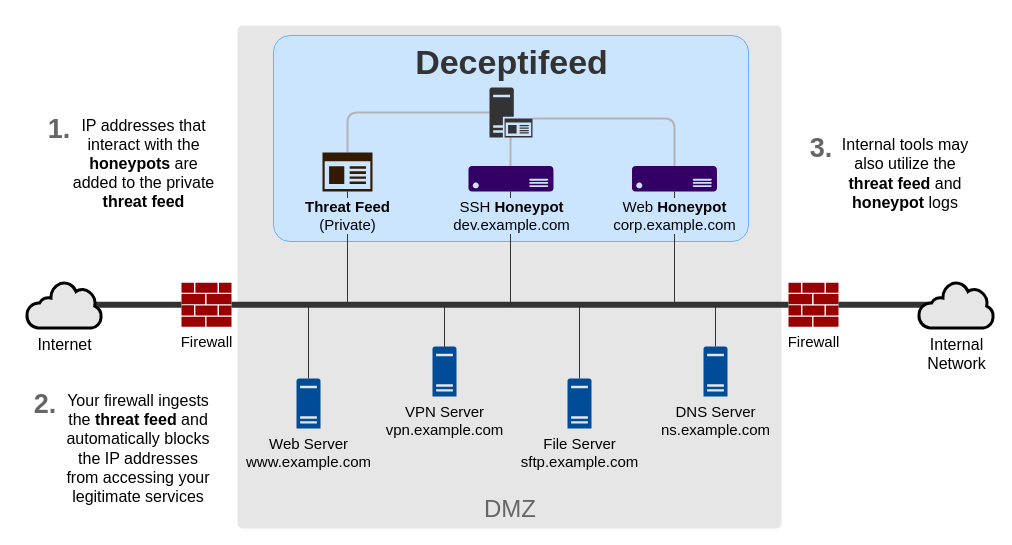
Before: assets/diagram-light.drawio in r-smith/deceptifeed, a draw.io diagram. Source tidied: cells renumbered, new cells numbered last; positions are measured from the earlier drawing's top-left corner, leaving out a move shared by most shapes. Both pictures are drawn from the tidied source at 100%, with x=0, y=0 at pixel (26, 25).
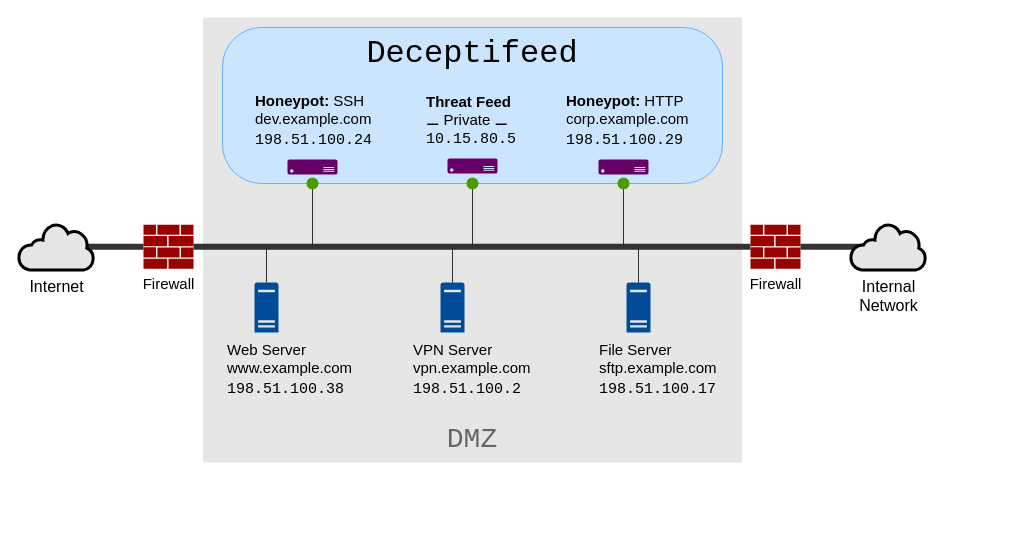
The same page after the edit.

Commit message (it also covers changes not shown here):
Revise diagrams

Diff of the diagram source:
```diff
@@
-    <mxCell id="2" style="rounded=1;whiteSpace=wrap;labelBackgroundColor=none;fillStyle=auto;glass=0;shadow=0;fillColor=#E6E6E6;fontColor=#333333;strokeColor=none;perimeterSpacing=0;textShadow=0;html=1;horizontal=1;arcSize=1;" parent="1" vertex="1">
-      <mxGeometry x="211" width="544" height="503" as="geometry" />
+    <mxCell id="2" style="rounded=1;whiteSpace=wrap;labelBackgroundColor=none;fillStyle=auto;glass=0;shadow=0;fillColor=#E6E6E6;fontColor=#333333;strokeColor=none;perimeterSpacing=0;textShadow=0;html=1;horizontal=1;arcSize=0;" parent="1" vertex="1">
+      <mxGeometry x="176.5" y="-8" width="539" height="445" as="geometry" />
     </mxCell>
-    <mxCell id="3" style="rounded=1;whiteSpace=wrap;html=1;fillColor=#cce5ff;strokeColor=#66B2FF;arcSize=8;" parent="1" vertex="1">
-      <mxGeometry x="247" y="10" width="475" height="206" as="geometry" />
+    <mxCell id="3" style="rounded=1;whiteSpace=wrap;html=1;fillColor=#cce5ff;strokeColor=#66B2FF;arcSize=25;" parent="1" vertex="1">
+      <mxGeometry x="196" y="2" width="500" height="156" as="geometry" />
     </mxCell>
     <mxCell id="4" value="Firewall" style="shadow=0;dashed=0;html=1;strokeColor=none;labelPosition=center;verticalLabelPosition=bottom;verticalAlign=top;align=center;fillColor=#990000;shape=mxgraph.mscae.enterprise.firewall;fontSize=15;" parent="1" vertex="1">
-      <mxGeometry x="762" y="257.2" width="50" height="44" as="geometry" />
+      <mxGeometry x="724" y="199.2" width="50" height="44" as="geometry" />
     </mxCell>
-    <mxCell id="5" style="rounded=0;jettySize=auto;html=1;exitX=0.5;exitY=0;exitDx=0;exitDy=0;exitPerimeter=0;endArrow=none;endFill=0;strokeColor=#333333;" parent="1" edge="1" source="6">
-      <mxGeometry relative="1" as="geometry">
-        <mxPoint x="282" y="280" as="targetPoint" />
-      </mxGeometry>
-    </mxCell>
+    <mxCell id="36" style="edgeStyle=orthogonalEdgeStyle;rounded=0;orthogonalLoop=1;jettySize=auto;html=1;exitX=0.5;exitY=0;exitDx=0;exitDy=0;exitPerimeter=0;endArrow=none;endFill=0;strokeColor=#333333;" parent="1" edge="1">
+      <mxGeometry relative="1" as="geometry">
+        <mxPoint x="240" y="257" as="sourcePoint" />
+        <mxPoint x="240" y="222" as="targetPoint" />
+      </mxGeometry>
+    </mxCell>
-    <mxCell id="6" value="&lt;div&gt;Web Server&lt;/div&gt;&lt;div&gt;www.example.com&lt;br&gt;&lt;/div&gt;" style="shadow=0;dashed=0;html=1;strokeColor=none;labelPosition=center;verticalLabelPosition=bottom;verticalAlign=top;align=center;fillColor=#004C99;shape=mxgraph.mscae.enterprise.server_generic;horizontal=1;labelBorderColor=none;fontSize=15;strokeWidth=1;perimeterSpacing=0;" parent="1" vertex="1">
-      <mxGeometry x="270" y="353" width="24" height="50" as="geometry" />
+    <mxCell id="6" value="&lt;div&gt;Web Server&lt;/div&gt;&lt;div&gt;www.example.com&lt;/div&gt;&lt;div style=&quot;line-height: 150%;&quot;&gt;&lt;font face=&quot;Courier New&quot;&gt;198.51.100.38&lt;/font&gt;&lt;br&gt;&lt;/div&gt;" style="shadow=0;dashed=0;html=1;strokeColor=none;labelPosition=left;verticalLabelPosition=bottom;verticalAlign=top;align=left;fillColor=#004C99;shape=mxgraph.mscae.enterprise.server_generic;horizontal=1;labelBorderColor=none;fontSize=15;strokeWidth=1;perimeterSpacing=0;spacingLeft=-5;spacingBottom=0;spacingTop=2;" parent="1" vertex="1">
+      <mxGeometry x="228" y="257" width="24" height="50" as="geometry" />
     </mxCell>
-    <mxCell id="7" style="rounded=0;orthogonalLoop=1;jettySize=auto;html=1;exitX=0.5;exitY=0;exitDx=0;exitDy=0;exitPerimeter=0;endArrow=none;endFill=0;strokeColor=#333333;" parent="1" edge="1">
-      <mxGeometry relative="1" as="geometry">
-        <mxPoint x="418" y="323" as="sourcePoint" />
-        <mxPoint x="418" y="279" as="targetPoint" />
-      </mxGeometry>
-    </mxCell>
-    <mxCell id="8" value="&lt;div&gt;VPN Server&lt;/div&gt;&lt;div&gt;vpn.example.com&lt;br&gt;&lt;/div&gt;" style="shadow=0;dashed=0;html=1;strokeColor=none;labelPosition=center;verticalLabelPosition=bottom;verticalAlign=top;align=center;fillColor=#004C99;shape=mxgraph.mscae.enterprise.server_generic;fontSize=15;" parent="1" vertex="1">
-      <mxGeometry x="406" y="321" width="24" height="50" as="geometry" />
+    <mxCell id="8" value="&lt;div&gt;VPN Server&lt;/div&gt;&lt;div&gt;vpn.example.com&lt;/div&gt;&lt;div style=&quot;line-height: 150%;&quot;&gt;&lt;font face=&quot;Courier New&quot;&gt;198.51.100.2&lt;/font&gt;&lt;br&gt;&lt;/div&gt;" style="shadow=0;dashed=0;html=1;strokeColor=none;labelPosition=left;verticalLabelPosition=bottom;verticalAlign=top;align=left;fillColor=#004C99;shape=mxgraph.mscae.enterprise.server_generic;fontSize=15;spacingLeft=-5;spacingTop=2;" parent="1" vertex="1">
+      <mxGeometry x="414" y="257" width="24" height="50" as="geometry" />
     </mxCell>
-    <mxCell id="9" style="rounded=0;jettySize=auto;html=1;exitX=0.5;exitY=0;exitDx=0;exitDy=0;exitPerimeter=0;strokeColor=#333333;endArrow=none;endFill=0;" parent="1" edge="1" source="10">
-      <mxGeometry relative="1" as="geometry">
-        <mxPoint x="689" y="279.3" as="targetPoint" />
-      </mxGeometry>
-    </mxCell>
-    <mxCell id="10" value="DNS Server&lt;br&gt;ns.example.com" style="shadow=0;dashed=0;html=1;strokeColor=none;labelPosition=center;verticalLabelPosition=bottom;verticalAlign=top;align=center;fillColor=#004C99;shape=mxgraph.mscae.enterprise.server_generic;fontSize=15;" parent="1" vertex="1">
-      <mxGeometry x="677" y="321" width="24" height="50" as="geometry" />
-    </mxCell>
-    <mxCell id="11" value="&lt;div&gt;IP addresses that interact with the &lt;b&gt;honeypots&lt;/b&gt; are added to the private &lt;b&gt;threat feed&lt;/b&gt;&lt;/div&gt;" style="text;strokeColor=none;align=center;fillColor=none;html=1;verticalAlign=middle;whiteSpace=wrap;rounded=0;fontSize=16;" parent="1" vertex="1">
-      <mxGeometry x="42" y="85" width="151" height="106" as="geometry" />
-    </mxCell>
-    <mxCell id="12" value="Your firewall ingests the &lt;b&gt;threat feed&lt;/b&gt; and automatically blocks the IP addresses from accessing your legitimate services" style="text;strokeColor=none;align=center;fillColor=none;html=1;verticalAlign=middle;whiteSpace=wrap;rounded=0;fontSize=16;" parent="1" vertex="1">
-      <mxGeometry x="34" y="355" width="156" height="136" as="geometry" />
-    </mxCell>
     <mxCell id="13" value="Firewall" style="shadow=0;dashed=0;html=1;strokeColor=none;labelPosition=center;verticalLabelPosition=bottom;verticalAlign=top;align=center;fillColor=#990000;shape=mxgraph.mscae.enterprise.firewall;fontSize=15;" parent="1" vertex="1">
-      <mxGeometry x="155" y="257.2" width="50" height="44" as="geometry" />
+      <mxGeometry x="117" y="199.2" width="50" height="44" as="geometry" />
     </mxCell>
-    <mxCell id="14" style="edgeStyle=orthogonalEdgeStyle;rounded=1;jettySize=auto;html=1;exitX=1;exitY=0.62;exitDx=0;exitDy=0;exitPerimeter=0;entryX=0.5;entryY=0;entryDx=0;entryDy=0;entryPerimeter=0;curved=0;fillColor=#1ba1e2;strokeColor=#B3B3B3;endArrow=none;endFill=0;strokeWidth=2;" parent="1" edge="1" source="31" target="19">
-      <mxGeometry relative="1" as="geometry" />
-    </mxCell>
-    <mxCell id="15" style="edgeStyle=orthogonalEdgeStyle;rounded=1;jettySize=auto;html=1;exitX=0;exitY=0.5;exitDx=0;exitDy=0;exitPerimeter=0;entryX=0.5;entryY=0;entryDx=0;entryDy=0;entryPerimeter=0;curved=0;fillColor=#1ba1e2;strokeColor=#B3B3B3;endArrow=none;endFill=0;strokeWidth=2;" parent="1" edge="1" source="31" target="17">
-      <mxGeometry relative="1" as="geometry" />
-    </mxCell>
-    <mxCell id="16" style="rounded=0;jettySize=auto;html=1;exitX=0.5;exitY=1;exitDx=0;exitDy=0;exitPerimeter=0;endArrow=none;endFill=0;strokeColor=#333333;" parent="1" edge="1" source="17">
+    <mxCell id="16" style="rounded=0;jettySize=auto;html=1;endArrow=none;endFill=0;strokeColor=#333333;" parent="1" edge="1" source="37">
       <mxGeometry relative="1" as="geometry">
-        <mxPoint x="321" y="279.6" as="targetPoint" />
+        <mxPoint x="286" y="220" as="targetPoint" />
       </mxGeometry>
     </mxCell>
-    <mxCell id="17" value="Threat Feed&lt;br&gt;&lt;span style=&quot;font-weight: normal;&quot;&gt;(Private)&lt;/span&gt;" style="shadow=0;dashed=0;html=1;strokeColor=none;labelPosition=center;verticalLabelPosition=bottom;verticalAlign=top;align=center;fillColor=#331A00;shape=mxgraph.mscae.enterprise.app_generic;fontSize=15;fontStyle=1;labelBackgroundColor=#CCE5FF;" parent="1" vertex="1">
-      <mxGeometry x="296" y="127" width="50" height="39" as="geometry" />
-    </mxCell>
-    <mxCell id="18" style="rounded=0;jettySize=auto;html=1;exitX=0.5;exitY=1;exitDx=0;exitDy=0;exitPerimeter=0;strokeColor=#333333;endArrow=none;endFill=0;" parent="1" edge="1" source="19">
-      <mxGeometry relative="1" as="geometry">
-        <mxPoint x="648" y="279" as="targetPoint" />
-      </mxGeometry>
-    </mxCell>
-    <mxCell id="19" value="&lt;div&gt;&lt;font&gt;Web &lt;b&gt;Honeypot&lt;/b&gt;&lt;/font&gt;&lt;/div&gt;&lt;div&gt;&lt;font&gt;corp.example.com&lt;br&gt;&lt;/font&gt;&lt;/div&gt;" style="shadow=0;dashed=0;html=1;strokeColor=none;labelPosition=center;verticalLabelPosition=bottom;verticalAlign=top;align=center;fillColor=#330066;shape=mxgraph.azure.server;labelBackgroundColor=#CCE5FF;fontSize=15;horizontal=1;" parent="1" vertex="1">
-      <mxGeometry x="605.5" y="140.5" width="85" height="25.5" as="geometry" />
-    </mxCell>
-    <mxCell id="20" value="DMZ" style="text;strokeColor=none;align=center;fillColor=none;html=1;verticalAlign=middle;whiteSpace=wrap;rounded=0;fontSize=24;fontColor=#666666;" parent="1" vertex="1">
-      <mxGeometry x="454" y="469" width="60" height="30" as="geometry" />
+    <mxCell id="20" value="DMZ" style="text;strokeColor=none;align=center;fillColor=none;html=1;verticalAlign=middle;whiteSpace=wrap;rounded=0;fontSize=28;fontColor=#666666;fontStyle=0;fontFamily=Courier New;" parent="1" vertex="1">
+      <mxGeometry x="416" y="399" width="60" height="30" as="geometry" />
     </mxCell>
-    <mxCell id="21" style="rounded=0;jettySize=auto;html=1;exitX=0.5;exitY=0;exitDx=0;exitDy=0;exitPerimeter=0;endArrow=none;endFill=0;strokeColor=#333333;" parent="1" edge="1" source="22">
-      <mxGeometry relative="1" as="geometry">
-        <mxPoint x="553" y="280" as="targetPoint" />
-      </mxGeometry>
-    </mxCell>
-    <mxCell id="22" value="&lt;div&gt;File Server&lt;/div&gt;&lt;div&gt;sftp.example.com&lt;br&gt;&lt;/div&gt;" style="shadow=0;dashed=0;html=1;strokeColor=none;labelPosition=center;verticalLabelPosition=bottom;verticalAlign=top;align=center;fillColor=#004C99;shape=mxgraph.mscae.enterprise.server_generic;fontSize=15;" parent="1" vertex="1">
-      <mxGeometry x="541" y="353" width="24" height="50" as="geometry" />
+    <mxCell id="22" value="&lt;div&gt;File Server&lt;/div&gt;&lt;div&gt;sftp.example.com&lt;/div&gt;&lt;div style=&quot;line-height: 150%;&quot;&gt;&lt;font face=&quot;Courier New&quot;&gt;198.51.100.17&lt;/font&gt;&lt;br&gt;&lt;/div&gt;" style="shadow=0;dashed=0;html=1;strokeColor=none;labelPosition=left;verticalLabelPosition=bottom;verticalAlign=top;align=left;fillColor=#004C99;shape=mxgraph.mscae.enterprise.server_generic;fontSize=15;spacingLeft=-5;spacingTop=2;" parent="1" vertex="1">
+      <mxGeometry x="600" y="257" width="24" height="50" as="geometry" />
     </mxCell>
-    <mxCell id="23" style="edgeStyle=orthogonalEdgeStyle;rounded=0;jettySize=auto;html=1;exitX=1;exitY=0.5;exitDx=0;exitDy=0;exitPerimeter=0;entryX=0;entryY=0.5;entryDx=0;entryDy=0;entryPerimeter=0;endArrow=none;endFill=0;strokeColor=#333333;strokeWidth=6;" parent="1" edge="1" source="13" target="4">
-      <mxGeometry relative="1" as="geometry" />
-    </mxCell>
-    <mxCell id="24" style="rounded=0;orthogonalLoop=1;jettySize=auto;html=1;exitX=0.5;exitY=1;exitDx=0;exitDy=0;exitPerimeter=0;strokeColor=#333333;endArrow=none;endFill=0;" parent="1" edge="1">
-      <mxGeometry relative="1" as="geometry">
-        <mxPoint x="484" y="166" as="sourcePoint" />
-        <mxPoint x="484" y="279" as="targetPoint" />
-      </mxGeometry>
-    </mxCell>
@@
     <mxCell id="26" value="&lt;div&gt;Internet&lt;/div&gt;" style="shadow=0;dashed=0;html=1;strokeColor=default;labelPosition=center;verticalLabelPosition=bottom;verticalAlign=top;align=center;fillColor=#E6E6E6;shape=mxgraph.mscae.enterprise.internet;fontSize=16;fontFamily=Helvetica;strokeWidth=3;" parent="1" vertex="1">
-      <mxGeometry y="256" width="75" height="46.5" as="geometry" />
+      <mxGeometry x="-8" y="198" width="75" height="46.5" as="geometry" />
     </mxCell>
@@
     <mxCell id="28" value="&lt;div&gt;Internal&lt;/div&gt;&lt;div&gt;Network&lt;br&gt;&lt;/div&gt;" style="shadow=0;dashed=0;html=1;strokeColor=default;labelPosition=center;verticalLabelPosition=bottom;verticalAlign=top;align=center;fillColor=#E6E6E6;shape=mxgraph.mscae.enterprise.internet;fontSize=16;strokeWidth=3;perimeterSpacing=0;" parent="1" vertex="1">
-      <mxGeometry x="892" y="256" width="75" height="46.5" as="geometry" />
+      <mxGeometry x="824" y="198" width="75" height="46.5" as="geometry" />
     </mxCell>
-    <mxCell id="29" style="rounded=0;orthogonalLoop=1;jettySize=auto;html=1;exitX=0.5;exitY=1;exitDx=0;exitDy=0;exitPerimeter=0;strokeColor=#B3B3B3;endArrow=none;endFill=0;strokeWidth=2;" parent="1" edge="1">
-      <mxGeometry relative="1" as="geometry">
-        <mxPoint x="484" y="112" as="sourcePoint" />
-        <mxPoint x="484" y="141" as="targetPoint" />
-      </mxGeometry>
-    </mxCell>
-    <mxCell id="30" value="&lt;div&gt;SSH &lt;b&gt;Honeypot&lt;/b&gt;&lt;/div&gt;&lt;div&gt;dev.example.com&lt;br&gt;&lt;/div&gt;" style="shadow=0;dashed=0;html=1;strokeColor=none;labelPosition=center;verticalLabelPosition=bottom;verticalAlign=top;align=center;fillColor=#330066;shape=mxgraph.azure.server;fontSize=15;labelBackgroundColor=#CCE5FF;" parent="1" vertex="1">
-      <mxGeometry x="442" y="140.5" width="85" height="25.5" as="geometry" />
-    </mxCell>
+    <mxCell id="37" style="shape=waypoint;sketch=0;fillStyle=solid;size=6;points=[];fillColor=none;perimeter=centerPerimeter;snapToPoint=1;strokeWidth=4;strokeColor=#4D9900;fontColor=#ffffff;" parent="1" vertex="1">
+      <mxGeometry x="276" y="148" width="20" height="20" as="geometry" />
+    </mxCell>
+    <mxCell id="38" style="rounded=0;jettySize=auto;html=1;endArrow=none;endFill=0;strokeColor=#333333;" parent="1" edge="1" source="39">
+      <mxGeometry relative="1" as="geometry">
+        <mxPoint x="446" y="220" as="targetPoint" />
+      </mxGeometry>
+    </mxCell>
+    <mxCell id="39" style="shape=waypoint;sketch=0;fillStyle=solid;size=6;points=[];fillColor=none;perimeter=centerPerimeter;snapToPoint=1;strokeWidth=4;strokeColor=#4D9900;fontColor=#ffffff;" parent="1" vertex="1">
+      <mxGeometry x="436" y="148" width="20" height="20" as="geometry" />
+    </mxCell>
+    <mxCell id="40" style="rounded=0;jettySize=auto;html=1;endArrow=none;endFill=0;strokeColor=#333333;" parent="1" edge="1" source="41">
+      <mxGeometry relative="1" as="geometry">
+        <mxPoint x="597" y="220" as="targetPoint" />
+      </mxGeometry>
+    </mxCell>
+    <mxCell id="41" style="shape=waypoint;sketch=0;fillStyle=solid;size=6;points=[];fillColor=none;perimeter=centerPerimeter;snapToPoint=1;strokeWidth=4;strokeColor=#4D9900;fontColor=#ffffff;" parent="1" vertex="1">
+      <mxGeometry x="587" y="148" width="20" height="20" as="geometry" />
+    </mxCell>
+    <mxCell id="42" style="edgeStyle=orthogonalEdgeStyle;rounded=0;orthogonalLoop=1;jettySize=auto;html=1;exitX=0.5;exitY=0;exitDx=0;exitDy=0;exitPerimeter=0;endArrow=none;endFill=0;strokeColor=#333333;" parent="1" edge="1">
+      <mxGeometry relative="1" as="geometry">
+        <mxPoint x="426" y="257" as="sourcePoint" />
+        <mxPoint x="426" y="222" as="targetPoint" />
+      </mxGeometry>
+    </mxCell>
+    <mxCell id="43" style="edgeStyle=orthogonalEdgeStyle;rounded=0;orthogonalLoop=1;jettySize=auto;html=1;exitX=0.5;exitY=0;exitDx=0;exitDy=0;exitPerimeter=0;endArrow=none;endFill=0;strokeColor=#333333;" parent="1" edge="1">
+      <mxGeometry relative="1" as="geometry">
+        <mxPoint x="612" y="257" as="sourcePoint" />
+        <mxPoint x="612" y="222" as="targetPoint" />
+      </mxGeometry>
+    </mxCell>
+    <mxCell id="44" value="&lt;div&gt;&lt;b&gt;Honeypot:&lt;/b&gt; SSH&lt;/div&gt;&lt;div&gt;dev.example.com&lt;/div&gt;&lt;div style=&quot;line-height: 150%;&quot;&gt;&lt;font face=&quot;Courier New&quot;&gt;198.51.100.24&lt;/font&gt;&lt;br&gt;&lt;/div&gt;" style="sketch=0;shadow=0;dashed=0;html=1;strokeColor=none;labelPosition=center;verticalLabelPosition=top;verticalAlign=bottom;align=left;fillColor=#660066;shape=mxgraph.azure.server;fontSize=15;spacingLeft=-34;spacingTop=0;spacingBottom=5;" parent="1" vertex="1">
+      <mxGeometry x="261" y="134" width="50" height="15" as="geometry" />
+    </mxCell>
+    <mxCell id="45" value="&lt;div&gt;&lt;b&gt;Honeypot:&lt;/b&gt; HTTP&lt;/div&gt;&lt;div&gt;corp.example.com&lt;/div&gt;&lt;div style=&quot;line-height: 150%;&quot;&gt;&lt;font face=&quot;Courier New&quot;&gt;198.51.100.29&lt;/font&gt;&lt;br&gt;&lt;/div&gt;" style="sketch=0;shadow=0;dashed=0;html=1;strokeColor=none;labelPosition=center;verticalLabelPosition=top;verticalAlign=bottom;align=left;fillColor=#660066;shape=mxgraph.azure.server;fontSize=15;spacingLeft=-34;spacingBottom=5;" parent="1" vertex="1">
+      <mxGeometry x="572" y="134" width="50" height="15" as="geometry" />
+    </mxCell>
-    <mxCell id="31" value="Deceptifeed" style="shadow=0;dashed=0;html=1;strokeColor=none;labelPosition=center;verticalLabelPosition=top;verticalAlign=middle;align=center;fillColor=#333333;shape=mxgraph.mscae.enterprise.application_server2;fontSize=34;fontStyle=1;fontColor=#333333;" parent="1" vertex="1">
-      <mxGeometry x="463" y="62" width="43" height="50" as="geometry" />
+    <mxCell id="31" value="Deceptifeed" style="text;strokeColor=none;align=center;fillColor=none;html=1;verticalAlign=middle;whiteSpace=wrap;rounded=0;fontSize=32;fontFamily=Courier New;" parent="1" vertex="1">
+      <mxGeometry x="400" y="14" width="92" height="30" as="geometry" />
     </mxCell>
-    <mxCell id="32" value="Internal tools may also utilize the &lt;b&gt;threat feed&lt;/b&gt; and &lt;b&gt;honeypot&lt;/b&gt; logs" style="text;strokeColor=none;align=center;fillColor=none;html=1;verticalAlign=middle;whiteSpace=wrap;rounded=0;fontSize=16;fontColor=#000000;" parent="1" vertex="1">
-      <mxGeometry x="813" y="111" width="132" height="74" as="geometry" />
-    </mxCell>
-    <mxCell id="33" value="1." style="text;strokeColor=none;align=center;fillColor=none;html=1;verticalAlign=middle;whiteSpace=wrap;rounded=0;fontSize=27;fontStyle=1;fontColor=#666666;" parent="1" vertex="1">
-      <mxGeometry x="18" y="86" width="30" height="35" as="geometry" />
-    </mxCell>
-    <mxCell id="34" value="2." style="text;strokeColor=none;align=center;fillColor=none;html=1;verticalAlign=middle;whiteSpace=wrap;rounded=0;fontSize=27;fontStyle=1;fontColor=#666666;" parent="1" vertex="1">
-      <mxGeometry x="4" y="361" width="30" height="35" as="geometry" />
-    </mxCell>
-    <mxCell id="35" value="3." style="text;strokeColor=none;align=center;fillColor=none;html=1;verticalAlign=middle;whiteSpace=wrap;rounded=0;fontSize=27;fontStyle=1;fontColor=#666666;" parent="1" vertex="1">
-      <mxGeometry x="780" y="107" width="30" height="32" as="geometry" />
-    </mxCell>
+    <mxCell id="46" value="&lt;div&gt;&lt;b&gt;Threat Feed&lt;/b&gt;&lt;/div&gt;&lt;div&gt;⚊ Private ⚊&lt;br&gt;&lt;font style=&quot;line-height: 150%;&quot; face=&quot;Courier New&quot;&gt;10.15.80.5&lt;/font&gt;&lt;br&gt;&lt;/div&gt;" style="sketch=0;shadow=0;dashed=0;html=1;strokeColor=none;labelPosition=center;verticalLabelPosition=top;verticalAlign=bottom;align=left;fillColor=#660066;shape=mxgraph.azure.server;fontSize=15;spacingLeft=-23;spacingTop=0;spacingBottom=5;" parent="1" vertex="1">
+      <mxGeometry x="421" y="133" width="50" height="15" as="geometry" />
+    </mxCell>
+    <mxCell id="23" style="edgeStyle=orthogonalEdgeStyle;rounded=0;jettySize=auto;html=1;exitX=1;exitY=0.5;exitDx=0;exitDy=0;exitPerimeter=0;entryX=0;entryY=0.5;entryDx=0;entryDy=0;entryPerimeter=0;endArrow=none;endFill=0;strokeColor=#333333;strokeWidth=6;" parent="1" edge="1" source="13" target="4">
+      <mxGeometry relative="1" as="geometry" />
+    </mxCell>
```
